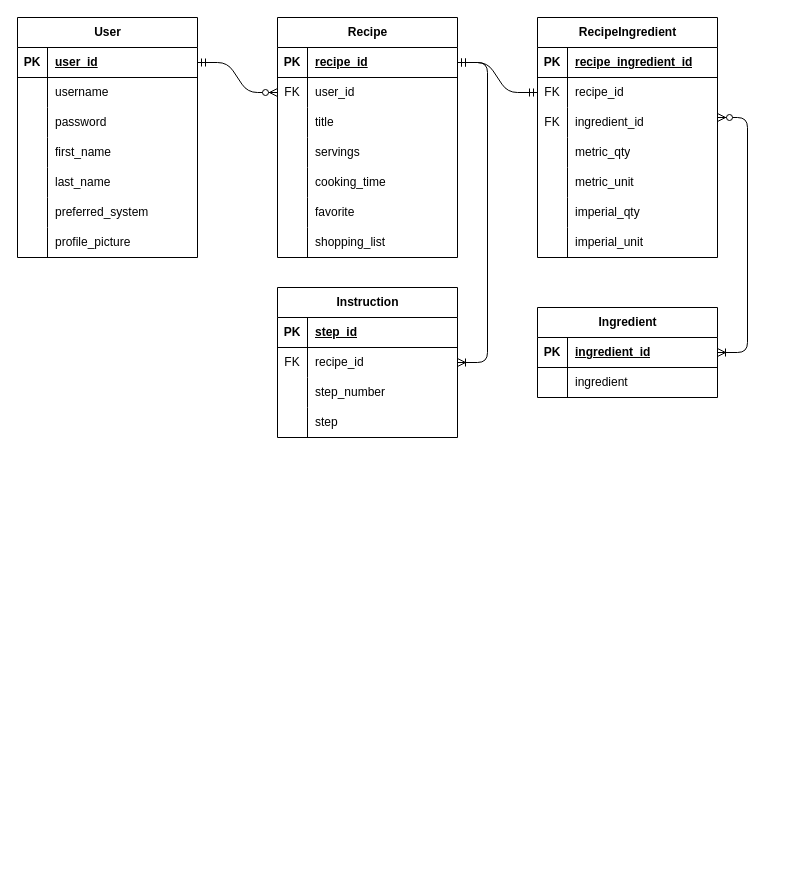
Before: schema.drawio in AlineTaylor/recipe-manager-api, a draw.io diagram. Source tidied: cells renumbered, new cells numbered last; positions are measured from the earlier drawing's top-left corner, leaving out a move shared by most shapes. Both pictures are drawn from the tidied source at 100%, with x=0, y=0 at pixel (17, 17).
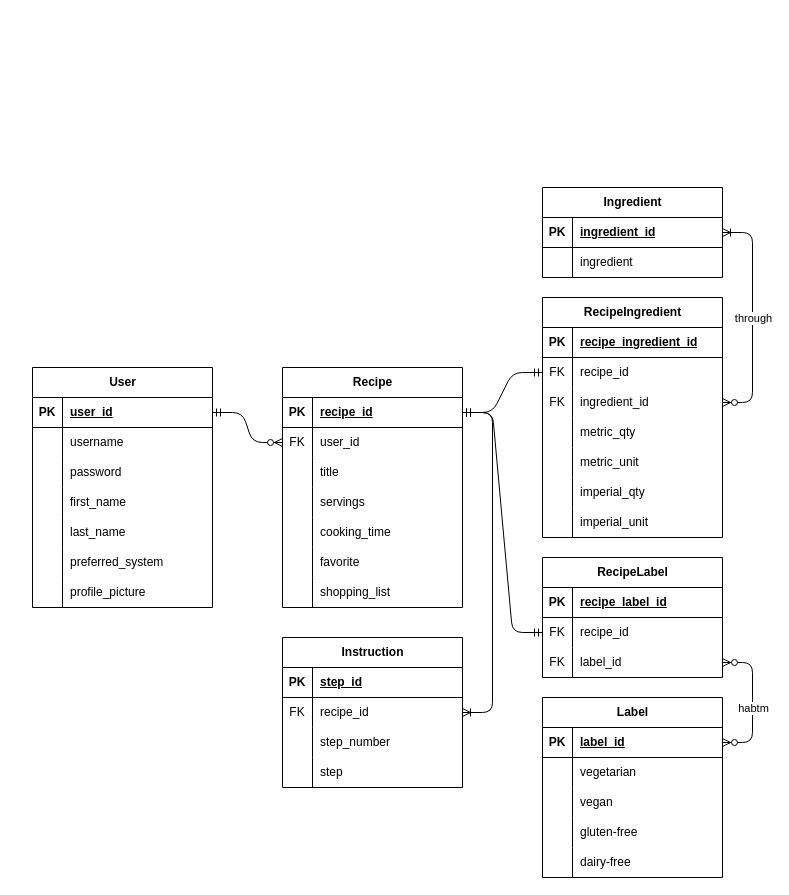
The same page after the edit.

Commit message:
Incorporated recipe categorization/labeling into ERD with a new 'Label' table and a 'RecipeLabel' habtm join table.

The change refers to these unchanged cells:
```xml
<mxCell id="25" style="shape=tableRow;horizontal=0;startSize=0;swimlaneHead=0;swimlaneBody=0;fillColor=none;points=[[0,0.5],[1,0.5]];portConstraint=eastwest;top=0;left=0;right=0;bottom=1;" parent="24" vertex="1">
  <mxGeometry y="30" width="180" height="30" as="geometry" />
</mxCell>
<mxCell id="54" style="shape=tableRow;horizontal=0;startSize=0;swimlaneHead=0;swimlaneBody=0;fillColor=none;points=[[0,0.5],[1,0.5]];portConstraint=eastwest;top=0;left=0;right=0;bottom=0;" parent="47" vertex="1">
  <mxGeometry y="90" width="180" height="30" as="geometry" />
</mxCell>
<mxCell id="84" style="shape=tableRow;horizontal=0;startSize=0;swimlaneHead=0;swimlaneBody=0;fillColor=none;points=[[0,0.5],[1,0.5]];portConstraint=eastwest;top=0;left=0;right=0;bottom=1;" parent="83" vertex="1">
  <mxGeometry y="30" width="180" height="30" as="geometry" />
</mxCell>
```

What changed in the source:
```diff
@@
     <mxCell id="2" value="User" style="shape=table;startSize=30;childLayout=tableLayout;rowLines=0;fontStyle=1;align=center;html=1;" parent="1" vertex="1">
-      <mxGeometry width="180" height="240" as="geometry" />
+      <mxGeometry x="15" y="350" width="180" height="240" as="geometry" />
     </mxCell>
@@
     <mxCell id="24" value="Recipe" style="shape=table;startSize=30;childLayout=tableLayout;rowLines=0;fontStyle=1;align=center;html=1;" parent="1" vertex="1">
-      <mxGeometry x="260" width="180" height="240" as="geometry" />
+      <mxGeometry x="265" y="350" width="180" height="240" as="geometry" />
     </mxCell>
@@
     <mxCell id="47" value="RecipeIngredient" style="shape=table;startSize=30;childLayout=tableLayout;rowLines=0;fontStyle=1;align=center;html=1;" parent="1" vertex="1">
-      <mxGeometry x="520" width="180" height="240" as="geometry" />
+      <mxGeometry x="525" y="280" width="180" height="240" as="geometry" />
     </mxCell>
@@
     <mxCell id="70" value="Instruction" style="shape=table;startSize=30;childLayout=tableLayout;rowLines=0;fontStyle=1;align=center;html=1;" parent="1" vertex="1">
-      <mxGeometry x="260" y="270" width="180" height="150" as="geometry" />
+      <mxGeometry x="265" y="620" width="180" height="150" as="geometry" />
     </mxCell>
@@
     <mxCell id="83" value="Ingredient" style="shape=table;startSize=30;childLayout=tableLayout;rowLines=0;fontStyle=1;align=center;html=1;" parent="1" vertex="1">
-      <mxGeometry x="520" y="290" width="180" height="90" as="geometry" />
+      <mxGeometry x="525" y="170" width="180" height="90" as="geometry" />
     </mxCell>
@@
-    <mxCell id="91" style="edgeStyle=entityRelationEdgeStyle;fontSize=12;html=1;endArrow=ERoneToMany;startArrow=ERzeroToMany;" parent="1" edge="1" target="84">
-      <mxGeometry relative="1" as="geometry">
-        <mxPoint x="700" y="100" as="sourcePoint" />
-      </mxGeometry>
+    <mxCell id="91" style="edgeStyle=entityRelationEdgeStyle;fontSize=12;html=1;endArrow=ERoneToMany;startArrow=ERzeroToMany;exitX=1;exitY=0.5;exitDx=0;exitDy=0;" parent="1" edge="1" source="54" target="84">
+      <mxGeometry relative="1" as="geometry" />
     </mxCell>
+    <mxCell id="92" value="through" style="edgeLabel;html=1;align=center;verticalAlign=middle;" parent="91" vertex="1">
+      <mxGeometry x="0.06" y="-3" relative="1" as="geometry">
+        <mxPoint x="-3" y="7" as="offset" />
+      </mxGeometry>
+    </mxCell>
+    <mxCell id="93" value="Label" style="shape=table;startSize=30;childLayout=tableLayout;rowLines=0;fontStyle=1;align=center;html=1;" parent="1" vertex="1">
+      <mxGeometry x="525" y="680" width="180" height="180" as="geometry" />
+    </mxCell>
+    <mxCell id="94" style="shape=tableRow;horizontal=0;startSize=0;swimlaneHead=0;swimlaneBody=0;fillColor=none;points=[[0,0.5],[1,0.5]];portConstraint=eastwest;top=0;left=0;right=0;bottom=1;" parent="93" vertex="1">
+      <mxGeometry y="30" width="180" height="30" as="geometry" />
+    </mxCell>
+    <mxCell id="95" value="PK" style="shape=partialRectangle;fillColor=none;top=0;left=0;bottom=0;right=0;fontStyle=1;overflow=hidden;whiteSpace=wrap;html=1;" parent="94" vertex="1">
+      <mxGeometry width="30" height="30" as="geometry" />
+    </mxCell>
+    <mxCell id="96" value="label_id" style="shape=partialRectangle;fillColor=none;top=0;left=0;bottom=0;right=0;align=left;spacingLeft=6;fontStyle=5;overflow=hidden;whiteSpace=wrap;html=1;" parent="94" vertex="1">
+      <mxGeometry x="30" width="150" height="30" as="geometry" />
+    </mxCell>
+    <mxCell id="97" style="shape=tableRow;horizontal=0;startSize=0;swimlaneHead=0;swimlaneBody=0;fillColor=none;top=0;left=0;right=0;bottom=0;" parent="93" vertex="1">
+      <mxGeometry y="60" width="180" height="30" as="geometry" />
+    </mxCell>
+    <mxCell id="98" style="shape=partialRectangle;fillColor=none;top=0;left=0;bottom=0;right=0;overflow=hidden;whiteSpace=wrap;html=1;" parent="97" vertex="1">
+      <mxGeometry width="30" height="30" as="geometry" />
+    </mxCell>
+    <mxCell id="99" value="vegetarian" style="shape=partialRectangle;fillColor=none;top=0;left=0;bottom=0;right=0;align=left;spacingLeft=6;overflow=hidden;whiteSpace=wrap;html=1;" parent="97" vertex="1">
+      <mxGeometry x="30" width="150" height="30" as="geometry" />
+    </mxCell>
+    <mxCell id="100" style="shape=tableRow;horizontal=0;startSize=0;swimlaneHead=0;swimlaneBody=0;fillColor=none;top=0;left=0;right=0;bottom=0;" parent="93" vertex="1">
+      <mxGeometry y="90" width="180" height="30" as="geometry" />
+    </mxCell>
+    <mxCell id="101" style="shape=partialRectangle;fillColor=none;top=0;left=0;bottom=0;right=0;overflow=hidden;whiteSpace=wrap;html=1;" parent="100" vertex="1">
+      <mxGeometry width="30" height="30" as="geometry" />
+    </mxCell>
+    <mxCell id="102" value="vegan" style="shape=partialRectangle;fillColor=none;top=0;left=0;bottom=0;right=0;align=left;spacingLeft=6;overflow=hidden;whiteSpace=wrap;html=1;" parent="100" vertex="1">
+      <mxGeometry x="30" width="150" height="30" as="geometry" />
+    </mxCell>
+    <mxCell id="103" style="shape=tableRow;horizontal=0;startSize=0;swimlaneHead=0;swimlaneBody=0;fillColor=none;top=0;left=0;right=0;bottom=0;" parent="93" vertex="1">
+      <mxGeometry y="120" width="180" height="30" as="geometry" />
+    </mxCell>
+    <mxCell id="104" style="shape=partialRectangle;fillColor=none;top=0;left=0;bottom=0;right=0;overflow=hidden;whiteSpace=wrap;html=1;" parent="103" vertex="1">
+      <mxGeometry width="30" height="30" as="geometry" />
+    </mxCell>
+    <mxCell id="105" value="gluten-free" style="shape=partialRectangle;fillColor=none;top=0;left=0;bottom=0;right=0;align=left;spacingLeft=6;overflow=hidden;whiteSpace=wrap;html=1;" parent="103" vertex="1">
+      <mxGeometry x="30" width="150" height="30" as="geometry" />
+    </mxCell>
+    <mxCell id="106" style="shape=tableRow;horizontal=0;startSize=0;swimlaneHead=0;swimlaneBody=0;fillColor=none;top=0;left=0;right=0;bottom=0;" parent="93" vertex="1">
+      <mxGeometry y="150" width="180" height="30" as="geometry" />
+    </mxCell>
+    <mxCell id="107" style="shape=partialRectangle;fillColor=none;top=0;left=0;bottom=0;right=0;overflow=hidden;whiteSpace=wrap;html=1;" parent="106" vertex="1">
+      <mxGeometry width="30" height="30" as="geometry" />
+    </mxCell>
+    <mxCell id="108" value="dairy-free" style="shape=partialRectangle;fillColor=none;top=0;left=0;bottom=0;right=0;align=left;spacingLeft=6;overflow=hidden;whiteSpace=wrap;html=1;" parent="106" vertex="1">
+      <mxGeometry x="30" width="150" height="30" as="geometry" />
+    </mxCell>
+    <mxCell id="109" value="RecipeLabel" style="shape=table;startSize=30;childLayout=tableLayout;rowLines=0;fontStyle=1;align=center;html=1;" parent="1" vertex="1">
+      <mxGeometry x="525" y="540" width="180" height="120" as="geometry" />
+    </mxCell>
+    <mxCell id="110" style="shape=tableRow;horizontal=0;startSize=0;swimlaneHead=0;swimlaneBody=0;fillColor=none;top=0;left=0;right=0;bottom=1;" parent="109" vertex="1">
+      <mxGeometry y="30" width="180" height="30" as="geometry" />
+    </mxCell>
+    <mxCell id="111" value="PK" style="shape=partialRectangle;fillColor=none;top=0;left=0;bottom=0;right=0;fontStyle=1;overflow=hidden;whiteSpace=wrap;html=1;" parent="110" vertex="1">
+      <mxGeometry width="30" height="30" as="geometry" />
+    </mxCell>
+    <mxCell id="112" value="recipe_label_id" style="shape=partialRectangle;fillColor=none;top=0;left=0;bottom=0;right=0;align=left;spacingLeft=6;fontStyle=5;overflow=hidden;whiteSpace=wrap;html=1;" parent="110" vertex="1">
+      <mxGeometry x="30" width="150" height="30" as="geometry" />
+    </mxCell>
+    <mxCell id="113" style="shape=tableRow;horizontal=0;startSize=0;swimlaneHead=0;swimlaneBody=0;fillColor=none;points=[[0,0.5],[1,0.5]];portConstraint=eastwest;top=0;left=0;right=0;bottom=0;" parent="109" vertex="1">
+      <mxGeometry y="60" width="180" height="30" as="geometry" />
+    </mxCell>
+    <mxCell id="114" value="FK" style="shape=partialRectangle;fillColor=none;top=0;left=0;bottom=0;right=0;overflow=hidden;whiteSpace=wrap;html=1;" parent="113" vertex="1">
+      <mxGeometry width="30" height="30" as="geometry" />
+    </mxCell>
+    <mxCell id="115" value="recipe_id" style="shape=partialRectangle;fillColor=none;top=0;left=0;bottom=0;right=0;align=left;spacingLeft=6;overflow=hidden;whiteSpace=wrap;html=1;" parent="113" vertex="1">
+      <mxGeometry x="30" width="150" height="30" as="geometry" />
+    </mxCell>
+    <mxCell id="116" style="shape=tableRow;horizontal=0;startSize=0;swimlaneHead=0;swimlaneBody=0;fillColor=none;points=[[0,0.5],[1,0.5]];portConstraint=eastwest;top=0;left=0;right=0;bottom=0;" parent="109" vertex="1">
+      <mxGeometry y="90" width="180" height="30" as="geometry" />
+    </mxCell>
+    <mxCell id="117" value="FK" style="shape=partialRectangle;fillColor=none;top=0;left=0;bottom=0;right=0;overflow=hidden;whiteSpace=wrap;html=1;" parent="116" vertex="1">
+      <mxGeometry width="30" height="30" as="geometry" />
+    </mxCell>
+    <mxCell id="118" value="label_id" style="shape=partialRectangle;fillColor=none;top=0;left=0;bottom=0;right=0;align=left;spacingLeft=6;overflow=hidden;whiteSpace=wrap;html=1;" parent="116" vertex="1">
+      <mxGeometry x="30" width="150" height="30" as="geometry" />
+    </mxCell>
+    <mxCell id="119" style="edgeStyle=entityRelationEdgeStyle;fontSize=12;html=1;endArrow=ERmandOne;startArrow=ERmandOne;entryX=0;entryY=0.5;entryDx=0;entryDy=0;" parent="1" edge="1" source="25" target="113">
+      <mxGeometry relative="1" as="geometry" />
+    </mxCell>
+    <mxCell id="120" style="edgeStyle=entityRelationEdgeStyle;fontSize=12;html=1;endArrow=ERzeroToMany;endFill=1;startArrow=ERzeroToMany;" parent="1" edge="1" source="94" target="116">
+      <mxGeometry relative="1" as="geometry">
+        <Array as="points">
+          <mxPoint x="745" y="710" />
+        </Array>
+      </mxGeometry>
+    </mxCell>
+    <mxCell id="121" value="habtm" style="edgeLabel;html=1;align=center;verticalAlign=middle;" parent="120" vertex="1">
+      <mxGeometry x="0.03" relative="1" as="geometry">
+        <mxPoint y="7" as="offset" />
+      </mxGeometry>
+    </mxCell>
```
